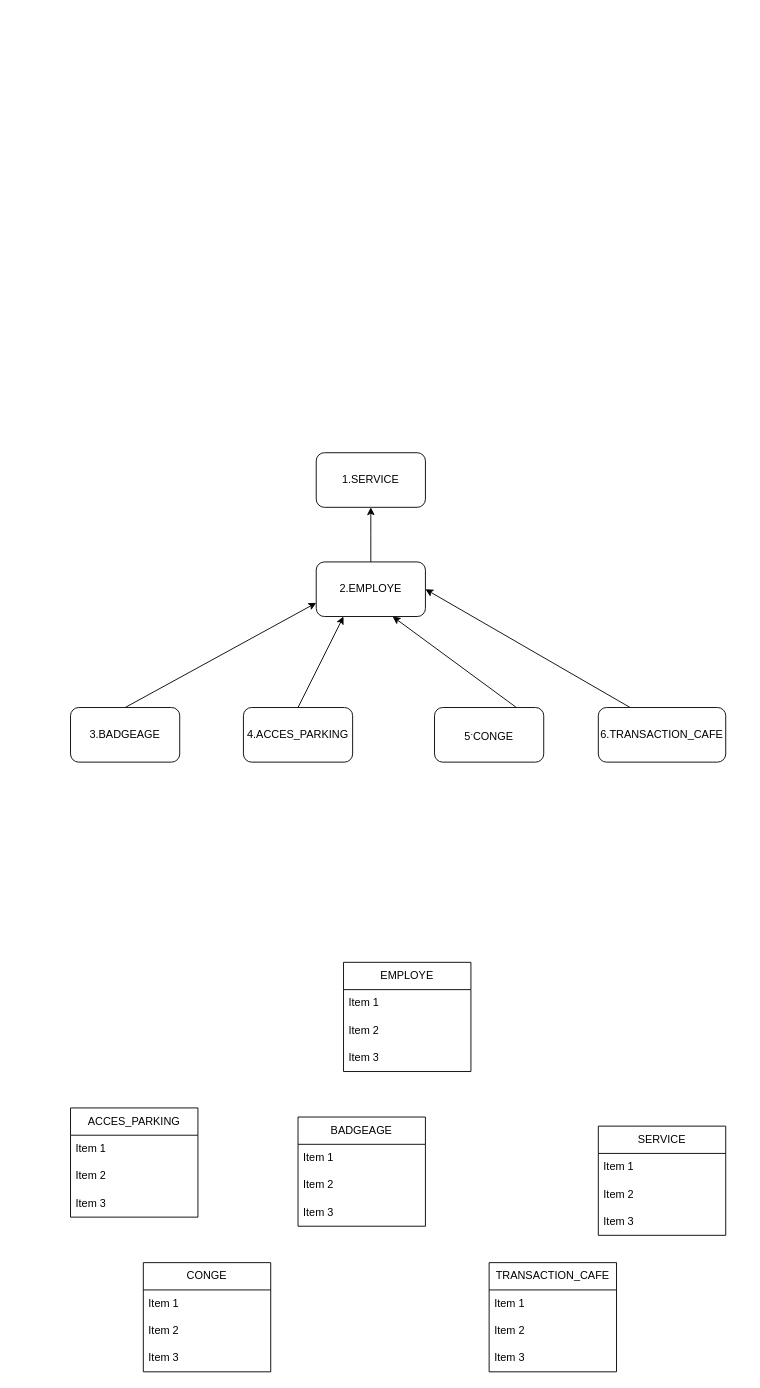
Before: Arbre_Adakor.drawio in gdiaby2403/repo1, a draw.io diagram. Source tidied: cells renumbered, new cells numbered last; positions are measured from the earlier drawing's top-left corner, leaving out a move shared by most shapes. Both pictures are drawn from the tidied source at 91%, with x=0, y=0 at pixel (70, 452).
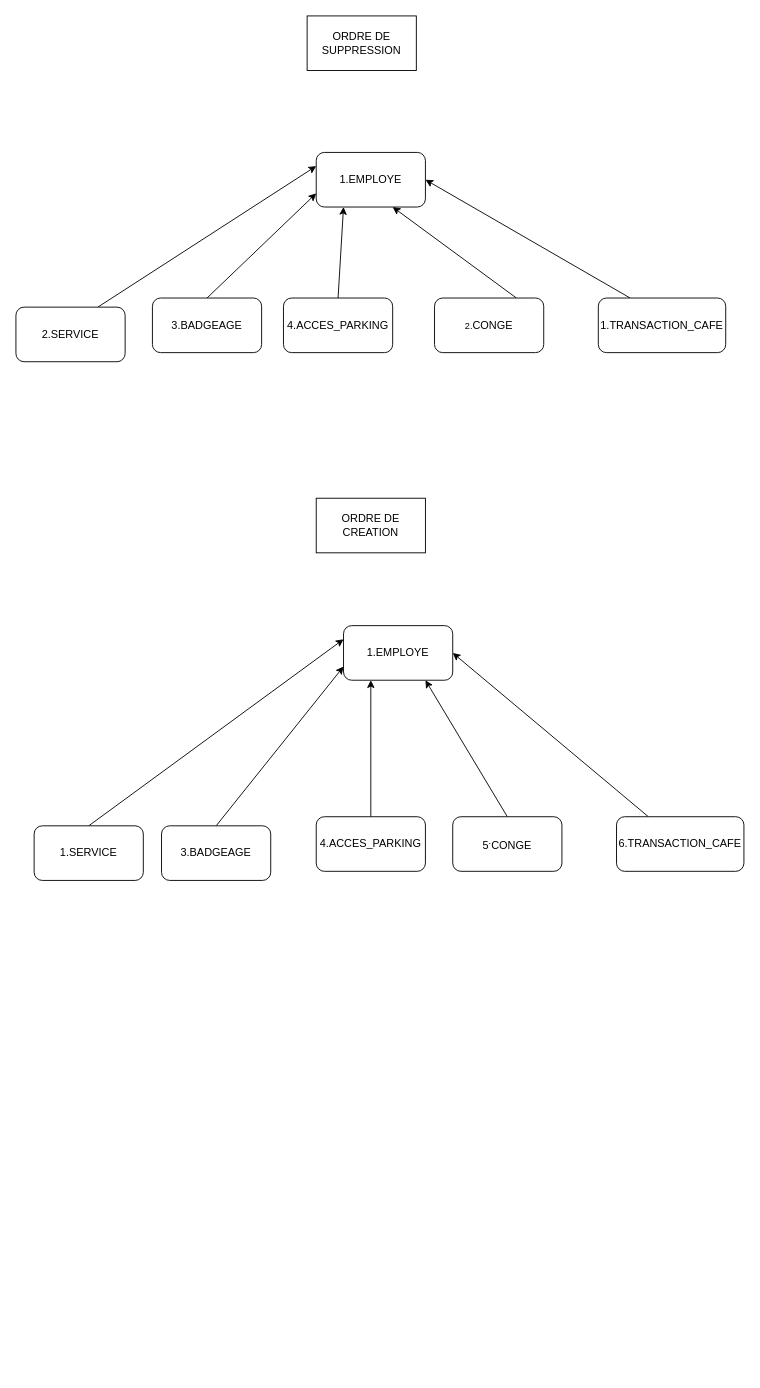
After the change.

Commit message:
Mettre à jour Arbre_Adakor.drawio

Change to the diagram source:
```diff
@@
-    <mxCell id="2" value="EMPLOYE" style="swimlane;fontStyle=0;horizontal=1;startSize=30;whiteSpace=wrap;html=1;" parent="1" vertex="1">
-      <mxGeometry x="300" y="560" width="140" height="120" as="geometry" />
-    </mxCell>
-    <mxCell id="3" value="Item 1" style="text;strokeColor=none;fillColor=none;align=left;verticalAlign=middle;spacingLeft=4;spacingRight=4;overflow=hidden;whiteSpace=wrap;html=1;" parent="2" vertex="1">
-      <mxGeometry y="30" width="140" height="30" as="geometry" />
-    </mxCell>
-    <mxCell id="4" value="Item 2" style="text;strokeColor=none;fillColor=none;align=left;verticalAlign=middle;spacingLeft=4;spacingRight=4;overflow=hidden;whiteSpace=wrap;html=1;" parent="2" vertex="1">
-      <mxGeometry y="60" width="140" height="30" as="geometry" />
-    </mxCell>
-    <mxCell id="5" value="Item 3" style="text;strokeColor=none;fillColor=none;align=left;verticalAlign=middle;spacingLeft=4;spacingRight=4;overflow=hidden;whiteSpace=wrap;html=1;" parent="2" vertex="1">
-      <mxGeometry y="90" width="140" height="30" as="geometry" />
-    </mxCell>
-    <mxCell id="6" value="SERVICE" style="swimlane;fontStyle=0;horizontal=1;startSize=30;whiteSpace=wrap;html=1;" parent="1" vertex="1">
-      <mxGeometry x="580" y="740" width="140" height="120" as="geometry" />
-    </mxCell>
-    <mxCell id="7" value="Item 1" style="text;strokeColor=none;fillColor=none;align=left;verticalAlign=middle;spacingLeft=4;spacingRight=4;overflow=hidden;whiteSpace=wrap;html=1;" parent="6" vertex="1">
-      <mxGeometry y="30" width="140" height="30" as="geometry" />
-    </mxCell>
-    <mxCell id="8" value="Item 2" style="text;strokeColor=none;fillColor=none;align=left;verticalAlign=middle;spacingLeft=4;spacingRight=4;overflow=hidden;whiteSpace=wrap;html=1;" parent="6" vertex="1">
-      <mxGeometry y="60" width="140" height="30" as="geometry" />
-    </mxCell>
-    <mxCell id="9" value="Item 3" style="text;strokeColor=none;fillColor=none;align=left;verticalAlign=middle;spacingLeft=4;spacingRight=4;overflow=hidden;whiteSpace=wrap;html=1;" parent="6" vertex="1">
-      <mxGeometry y="90" width="140" height="30" as="geometry" />
-    </mxCell>
-    <mxCell id="10" value="CONGE" style="swimlane;fontStyle=0;horizontal=1;startSize=30;whiteSpace=wrap;html=1;" parent="1" vertex="1">
-      <mxGeometry x="80" y="890" width="140" height="120" as="geometry" />
-    </mxCell>
-    <mxCell id="11" value="Item 1" style="text;strokeColor=none;fillColor=none;align=left;verticalAlign=middle;spacingLeft=4;spacingRight=4;overflow=hidden;whiteSpace=wrap;html=1;" parent="10" vertex="1">
-      <mxGeometry y="30" width="140" height="30" as="geometry" />
-    </mxCell>
-    <mxCell id="12" value="Item 2" style="text;strokeColor=none;fillColor=none;align=left;verticalAlign=middle;spacingLeft=4;spacingRight=4;overflow=hidden;whiteSpace=wrap;html=1;" parent="10" vertex="1">
-      <mxGeometry y="60" width="140" height="30" as="geometry" />
-    </mxCell>
-    <mxCell id="13" value="Item 3" style="text;strokeColor=none;fillColor=none;align=left;verticalAlign=middle;spacingLeft=4;spacingRight=4;overflow=hidden;whiteSpace=wrap;html=1;" parent="10" vertex="1">
-      <mxGeometry y="90" width="140" height="30" as="geometry" />
-    </mxCell>
-    <mxCell id="14" value="TRANSACTION_CAFE" style="swimlane;fontStyle=0;horizontal=1;startSize=30;whiteSpace=wrap;html=1;" parent="1" vertex="1">
-      <mxGeometry x="460" y="890" width="140" height="120" as="geometry" />
-    </mxCell>
-    <mxCell id="15" value="Item 1" style="text;strokeColor=none;fillColor=none;align=left;verticalAlign=middle;spacingLeft=4;spacingRight=4;overflow=hidden;whiteSpace=wrap;html=1;" parent="14" vertex="1">
-      <mxGeometry y="30" width="140" height="30" as="geometry" />
-    </mxCell>
-    <mxCell id="16" value="Item 2" style="text;strokeColor=none;fillColor=none;align=left;verticalAlign=middle;spacingLeft=4;spacingRight=4;overflow=hidden;whiteSpace=wrap;html=1;" parent="14" vertex="1">
-      <mxGeometry y="60" width="140" height="30" as="geometry" />
-    </mxCell>
-    <mxCell id="17" value="Item 3" style="text;strokeColor=none;fillColor=none;align=left;verticalAlign=middle;spacingLeft=4;spacingRight=4;overflow=hidden;whiteSpace=wrap;html=1;" parent="14" vertex="1">
-      <mxGeometry y="90" width="140" height="30" as="geometry" />
-    </mxCell>
-    <mxCell id="18" value="BADGEAGE" style="swimlane;fontStyle=0;horizontal=1;startSize=30;whiteSpace=wrap;html=1;" parent="1" vertex="1">
-      <mxGeometry x="250" y="730" width="140" height="120" as="geometry" />
-    </mxCell>
-    <mxCell id="19" value="Item 1" style="text;strokeColor=none;fillColor=none;align=left;verticalAlign=middle;spacingLeft=4;spacingRight=4;overflow=hidden;whiteSpace=wrap;html=1;" parent="18" vertex="1">
-      <mxGeometry y="30" width="140" height="30" as="geometry" />
-    </mxCell>
-    <mxCell id="20" value="Item 2" style="text;strokeColor=none;fillColor=none;align=left;verticalAlign=middle;spacingLeft=4;spacingRight=4;overflow=hidden;whiteSpace=wrap;html=1;" parent="18" vertex="1">
-      <mxGeometry y="60" width="140" height="30" as="geometry" />
-    </mxCell>
-    <mxCell id="21" value="Item 3" style="text;strokeColor=none;fillColor=none;align=left;verticalAlign=middle;spacingLeft=4;spacingRight=4;overflow=hidden;whiteSpace=wrap;html=1;" parent="18" vertex="1">
-      <mxGeometry y="90" width="140" height="30" as="geometry" />
-    </mxCell>
-    <mxCell id="22" style="edgeStyle=elbowEdgeStyle;shape=wire;rounded=0;jettySize=auto;elbow=vertical;html=1;exitX=0.5;exitY=0;exitDx=0;exitDy=0;entryX=0.5;entryY=1;entryDx=0;entryDy=0;dashed=1;" parent="1" edge="1" source="23" target="32">
-      <mxGeometry relative="1" as="geometry" />
-    </mxCell>
-    <mxCell id="23" value="2.EMPLOYE" style="rounded=1;whiteSpace=wrap;html=1;" parent="1" vertex="1">
-      <mxGeometry x="270" y="120" width="120" height="60" as="geometry" />
+    <mxCell id="23" value="1.EMPLOYE" style="rounded=1;whiteSpace=wrap;html=1;" parent="1" vertex="1">
+      <mxGeometry x="300" y="190" width="120" height="60" as="geometry" />
     </mxCell>
-    <mxCell id="24" style="shape=wire;rounded=0;jettySize=auto;elbow=vertical;html=1;exitX=0.75;exitY=0;exitDx=0;exitDy=0;dashed=1;" parent="1" edge="1" source="25">
-      <mxGeometry relative="1" as="geometry">
-        <mxPoint x="354" y="180" as="targetPoint" />
-      </mxGeometry>
-    </mxCell>
+    <mxCell id="37" style="shape=wire;rounded=0;jettySize=auto;elbow=vertical;html=1;exitX=0.5;exitY=0;exitDx=0;exitDy=0;entryX=0.75;entryY=1;entryDx=0;entryDy=0;dashed=1;" parent="1" edge="1" source="25" target="23">
+      <mxGeometry relative="1" as="geometry" />
+    </mxCell>
     <mxCell id="25" value="5&lt;sup&gt;.&lt;/sup&gt;CONGE" style="rounded=1;whiteSpace=wrap;html=1;" parent="1" vertex="1">
-      <mxGeometry x="400" y="280" width="120" height="60" as="geometry" />
+      <mxGeometry x="420" y="400" width="120" height="60" as="geometry" />
     </mxCell>
@@
     <mxCell id="27" value="3.BADGEAGE" style="rounded=1;whiteSpace=wrap;html=1;" parent="1" vertex="1">
-      <mxGeometry y="280" width="120" height="60" as="geometry" />
+      <mxGeometry x="100" y="410" width="120" height="60" as="geometry" />
     </mxCell>
@@
     <mxCell id="29" value="6.TRANSACTION_CAFE" style="rounded=1;whiteSpace=wrap;html=1;" parent="1" vertex="1">
-      <mxGeometry x="580" y="280" width="140" height="60" as="geometry" />
+      <mxGeometry x="600" y="400" width="140" height="60" as="geometry" />
     </mxCell>
@@
     <mxCell id="31" value="4.ACCES_PARKING" style="rounded=1;whiteSpace=wrap;html=1;" parent="1" vertex="1">
-      <mxGeometry x="190" y="280" width="120" height="60" as="geometry" />
+      <mxGeometry x="270" y="400" width="120" height="60" as="geometry" />
     </mxCell>
+    <mxCell id="38" style="shape=wire;rounded=0;jettySize=auto;elbow=vertical;html=1;exitX=0.5;exitY=0;exitDx=0;exitDy=0;entryX=0;entryY=0.25;entryDx=0;entryDy=0;dashed=1;" parent="1" edge="1" source="32" target="23">
+      <mxGeometry relative="1" as="geometry" />
+    </mxCell>
     <mxCell id="32" value="1.SERVICE" style="rounded=1;whiteSpace=wrap;html=1;" parent="1" vertex="1">
-      <mxGeometry x="270" width="120" height="60" as="geometry" />
+      <mxGeometry x="-40" y="410" width="120" height="60" as="geometry" />
     </mxCell>
-    <mxCell id="33" value="ACCES_PARKING" style="swimlane;fontStyle=0;horizontal=1;startSize=30;whiteSpace=wrap;html=1;" parent="1" vertex="1">
-      <mxGeometry y="720" width="140" height="120" as="geometry" />
-    </mxCell>
-    <mxCell id="34" value="Item 1" style="text;strokeColor=none;fillColor=none;align=left;verticalAlign=middle;spacingLeft=4;spacingRight=4;overflow=hidden;whiteSpace=wrap;html=1;" parent="33" vertex="1">
-      <mxGeometry y="30" width="140" height="30" as="geometry" />
-    </mxCell>
-    <mxCell id="35" value="Item 2" style="text;strokeColor=none;fillColor=none;align=left;verticalAlign=middle;spacingLeft=4;spacingRight=4;overflow=hidden;whiteSpace=wrap;html=1;" parent="33" vertex="1">
-      <mxGeometry y="60" width="140" height="30" as="geometry" />
-    </mxCell>
-    <mxCell id="36" value="Item 3" style="text;strokeColor=none;fillColor=none;align=left;verticalAlign=middle;spacingLeft=4;spacingRight=4;overflow=hidden;whiteSpace=wrap;html=1;" parent="33" vertex="1">
-      <mxGeometry y="90" width="140" height="30" as="geometry" />
-    </mxCell>
+    <mxCell id="39" value="1.EMPLOYE" style="rounded=1;whiteSpace=wrap;html=1;" parent="1" vertex="1">
+      <mxGeometry x="270" y="-330" width="120" height="60" as="geometry" />
+    </mxCell>
+    <mxCell id="40" style="shape=wire;rounded=0;jettySize=auto;elbow=vertical;html=1;exitX=0.75;exitY=0;exitDx=0;exitDy=0;dashed=1;" parent="1" edge="1" source="41">
+      <mxGeometry relative="1" as="geometry">
+        <mxPoint x="354" y="-270" as="targetPoint" />
+      </mxGeometry>
+    </mxCell>
+    <mxCell id="41" value="&lt;span style=&quot;font-size: 10px;&quot;&gt;2.&lt;/span&gt;CONGE" style="rounded=1;whiteSpace=wrap;html=1;" parent="1" vertex="1">
+      <mxGeometry x="400" y="-170" width="120" height="60" as="geometry" />
+    </mxCell>
+    <mxCell id="42" style="shape=wire;rounded=0;jettySize=auto;elbow=vertical;html=1;exitX=0.5;exitY=0;exitDx=0;exitDy=0;entryX=0;entryY=0.75;entryDx=0;entryDy=0;dashed=1;" parent="1" edge="1" source="43" target="39">
+      <mxGeometry relative="1" as="geometry" />
+    </mxCell>
+    <mxCell id="43" value="3.BADGEAGE" style="rounded=1;whiteSpace=wrap;html=1;" parent="1" vertex="1">
+      <mxGeometry x="90" y="-170" width="120" height="60" as="geometry" />
+    </mxCell>
+    <mxCell id="44" style="shape=wire;rounded=0;jettySize=auto;elbow=vertical;html=1;exitX=0.25;exitY=0;exitDx=0;exitDy=0;entryX=1;entryY=0.5;entryDx=0;entryDy=0;dashed=1;" parent="1" edge="1" source="45" target="39">
+      <mxGeometry relative="1" as="geometry" />
+    </mxCell>
+    <mxCell id="45" value="1.TRANSACTION_CAFE" style="rounded=1;whiteSpace=wrap;html=1;" parent="1" vertex="1">
+      <mxGeometry x="580" y="-170" width="140" height="60" as="geometry" />
+    </mxCell>
+    <mxCell id="46" style="shape=wire;rounded=0;jettySize=auto;elbow=vertical;html=1;exitX=0.5;exitY=0;exitDx=0;exitDy=0;entryX=0.25;entryY=1;entryDx=0;entryDy=0;dashed=1;" parent="1" edge="1" source="47" target="39">
+      <mxGeometry relative="1" as="geometry" />
+    </mxCell>
+    <mxCell id="47" value="4.ACCES_PARKING" style="rounded=1;whiteSpace=wrap;html=1;" parent="1" vertex="1">
+      <mxGeometry x="234" y="-170" width="120" height="60" as="geometry" />
+    </mxCell>
+    <mxCell id="48" value="ORDRE DE CREATION" style="rounded=0;whiteSpace=wrap;html=1;" parent="1" vertex="1">
+      <mxGeometry x="270" y="50" width="120" height="60" as="geometry" />
+    </mxCell>
+    <mxCell id="49" value="ORDRE DE SUPPRESSION" style="rounded=0;whiteSpace=wrap;html=1;" parent="1" vertex="1">
+      <mxGeometry x="260" y="-480" width="120" height="60" as="geometry" />
+    </mxCell>
+    <mxCell id="50" style="shape=wire;rounded=0;jettySize=auto;elbow=vertical;html=1;exitX=0.75;exitY=0;exitDx=0;exitDy=0;entryX=0;entryY=0.25;entryDx=0;entryDy=0;dashed=1;" parent="1" edge="1" source="51" target="39">
+      <mxGeometry relative="1" as="geometry" />
+    </mxCell>
+    <mxCell id="51" value="2.SERVICE" style="rounded=1;whiteSpace=wrap;html=1;" parent="1" vertex="1">
+      <mxGeometry x="-60" y="-160" width="120" height="60" as="geometry" />
+    </mxCell>
```
